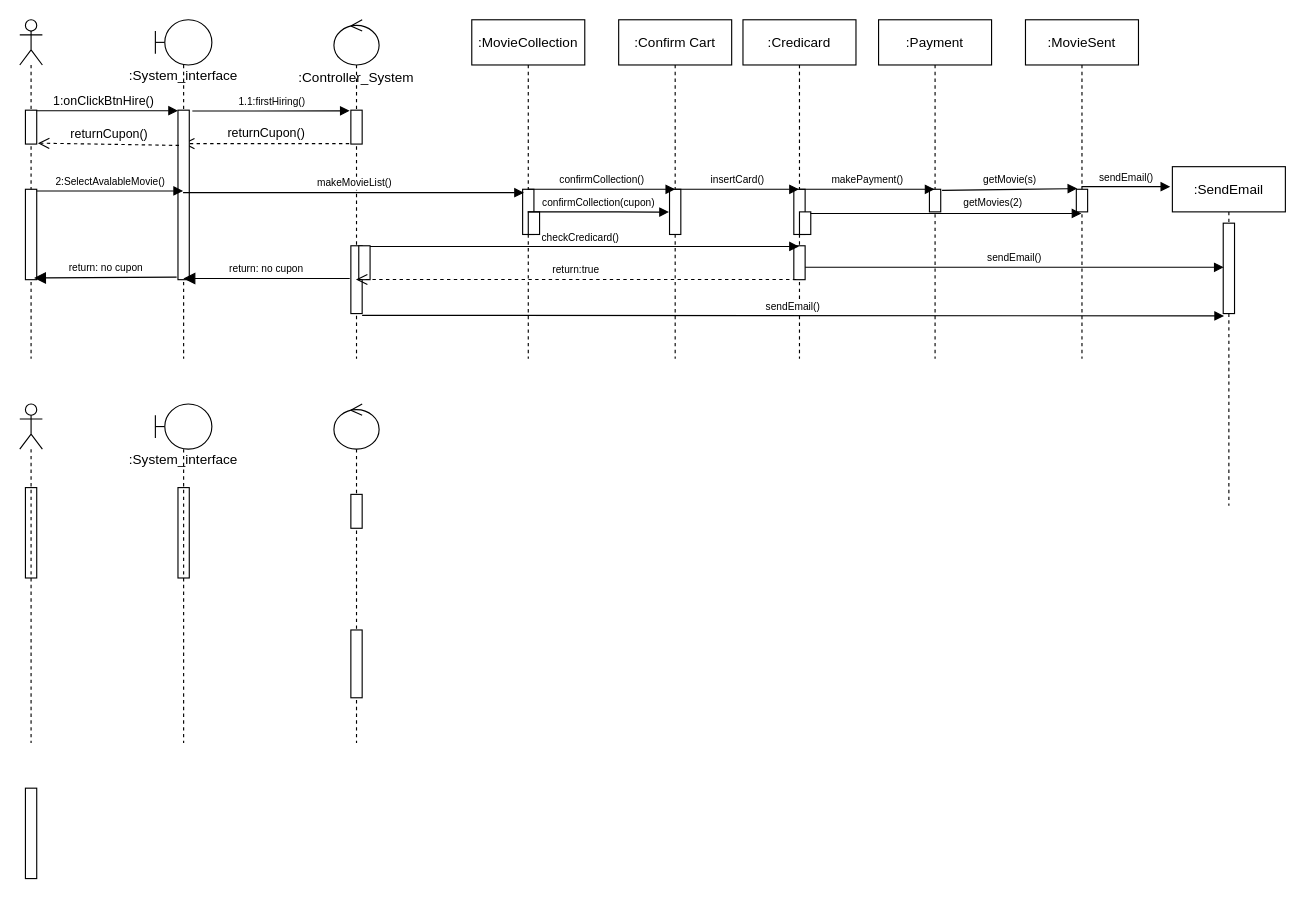
Before: page "Page-1" (1 of 2) of Sequence Diagram XVision.drawio in marioBdev/CCT_HireMovie, a draw.io diagram. Source tidied: cells renumbered, new cells numbered last; positions are measured from the earlier drawing's top-left corner, leaving out a move shared by most shapes. Both pictures are drawn from the tidied source at 113%, with x=0, y=0 at pixel (19, 19).
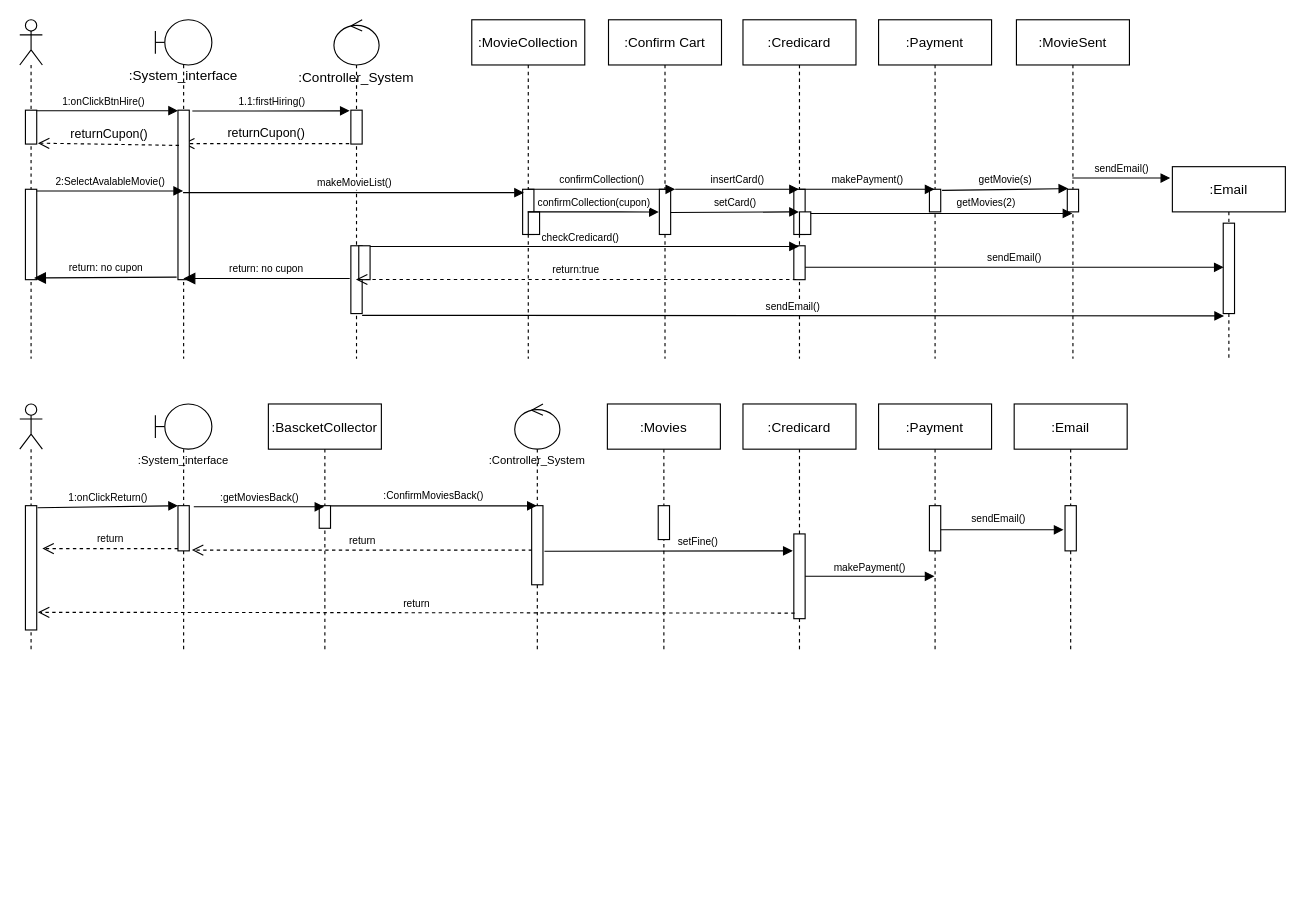
After the change.

Unchanged cells that the change refers to:
```xml
<mxCell id="4" style="shape=umlLifeline;participant=umlActor;perimeter=lifelinePerimeter;whiteSpace=wrap;html=1;verticalAlign=top;spacingTop=36;outlineConnect=0;" parent="1" vertex="1">
  <mxGeometry width="20" height="300" as="geometry" />
</mxCell>
<mxCell id="11" style="points=[];perimeter=orthogonalPerimeter;rounded=0;shadow=0;strokeWidth=1;" parent="10" vertex="1">
  <mxGeometry x="45" y="150" width="10" height="40" as="geometry" />
</mxCell>
```

What changed in the source:
```diff
@@
-    <mxCell id="3" value="1:onClickBtnHire()" style="verticalAlign=bottom;endArrow=block;entryX=0;entryY=0.011;shadow=0;strokeWidth=1;entryDx=0;entryDy=0;entryPerimeter=0;" parent="1" edge="1" source="4">
+    <mxCell id="3" value="1:onClickBtnHire()" style="verticalAlign=bottom;endArrow=block;entryX=0;entryY=0.011;shadow=0;strokeWidth=1;entryDx=0;entryDy=0;entryPerimeter=0;fontSize=9;" parent="1" edge="1" source="4">
       <mxGeometry relative="1" as="geometry">
         <mxPoint x="140" y="80.5" as="targetPoint" />
       </mxGeometry>
     </mxCell>
@@
-    <mxCell id="6" style="html=1;points=[];perimeter=orthogonalPerimeter;fontSize=9;" parent="4" vertex="1">
-      <mxGeometry x="5" y="414" width="10" height="80" as="geometry" />
-    </mxCell>
@@
     <mxCell id="10" value=":Confirm Cart" style="shape=umlLifeline;perimeter=lifelinePerimeter;rounded=0;shadow=0;strokeWidth=1;" parent="1" vertex="1">
-      <mxGeometry x="530" width="100" height="300" as="geometry" />
+      <mxGeometry x="521" width="100" height="300" as="geometry" />
     </mxCell>
@@
-    <mxCell id="19" style="html=1;perimeter=orthogonalPerimeter;fontSize=9;" parent="1" vertex="1">
-      <mxGeometry x="140" y="414" width="10" height="80" as="geometry" />
-    </mxCell>
@@
     <mxCell id="28" value=":MovieSent" style="shape=umlLifeline;perimeter=lifelinePerimeter;rounded=0;shadow=0;strokeWidth=1;" parent="1" vertex="1">
-      <mxGeometry x="890" width="100" height="300" as="geometry" />
+      <mxGeometry x="882" width="100" height="300" as="geometry" />
     </mxCell>
@@
-    <mxCell id="30" value=":SendEmail" style="shape=umlLifeline;perimeter=lifelinePerimeter;rounded=0;shadow=0;strokeWidth=1;" parent="1" vertex="1">
-      <mxGeometry x="1020" y="130" width="100" height="300" as="geometry" />
+    <mxCell id="30" value=":Email" style="shape=umlLifeline;perimeter=lifelinePerimeter;rounded=0;shadow=0;strokeWidth=1;" parent="1" vertex="1">
+      <mxGeometry x="1020" y="130" width="100" height="170" as="geometry" />
     </mxCell>
@@
     <mxCell id="45" style="shape=umlLifeline;participant=umlActor;perimeter=lifelinePerimeter;whiteSpace=wrap;html=1;verticalAlign=top;spacingTop=36;" parent="1" vertex="1">
-      <mxGeometry y="340" width="20" height="300" as="geometry" />
+      <mxGeometry y="340" width="20" height="220" as="geometry" />
     </mxCell>
-    <mxCell id="46" style="html=1;perimeter=orthogonalPerimeter;fontSize=9;" parent="45" vertex="1">
-      <mxGeometry x="5" y="340" width="10" height="80" as="geometry" />
-    </mxCell>
-    <mxCell id="47" value=":System_interface" style="shape=umlLifeline;participant=umlBoundary;perimeter=lifelinePerimeter;whiteSpace=wrap;html=1;verticalAlign=top;spacingTop=36;" parent="1" vertex="1">
-      <mxGeometry x="120" y="340" width="50" height="300" as="geometry" />
+    <mxCell id="47" value="&lt;font style=&quot;font-size: 10px&quot;&gt;:System_interface&lt;/font&gt;" style="shape=umlLifeline;participant=umlBoundary;perimeter=lifelinePerimeter;whiteSpace=wrap;html=1;verticalAlign=top;spacingTop=36;" parent="1" vertex="1">
+      <mxGeometry x="120" y="340" width="50" height="220" as="geometry" />
     </mxCell>
-    <mxCell id="48" style="shape=umlLifeline;participant=umlControl;perimeter=lifelinePerimeter;whiteSpace=wrap;html=1;verticalAlign=top;spacingTop=36;" parent="1" vertex="1">
-      <mxGeometry x="278" y="340" width="40" height="300" as="geometry" />
-    </mxCell>
-    <mxCell id="49" style="html=1;perimeter=orthogonalPerimeter;" parent="48" vertex="1">
-      <mxGeometry x="15" y="80" width="10" height="30" as="geometry" />
-    </mxCell>
-    <mxCell id="50" style="perimeter=orthogonalPerimeter;rounded=0;shadow=0;strokeWidth=1;" parent="48" vertex="1">
-      <mxGeometry x="15" y="200" width="10" height="60" as="geometry" />
-    </mxCell>
+    <mxCell id="55" style="html=1;points=[];perimeter=orthogonalPerimeter;fontSize=9;" parent="47" vertex="1">
+      <mxGeometry x="20" y="90" width="10" height="40" as="geometry" />
+    </mxCell>
@@
+    <mxCell id="56" value="setCard()" style="html=1;verticalAlign=bottom;endArrow=block;fontSize=9;exitX=1;exitY=0.515;exitDx=0;exitDy=0;exitPerimeter=0;" parent="1" edge="1" source="11">
+      <mxGeometry relative="1" as="geometry">
+        <mxPoint x="689.5" y="170" as="targetPoint" />
+      </mxGeometry>
+    </mxCell>
+    <mxCell id="57" value="1:onClickReturn()" style="html=1;verticalAlign=bottom;endArrow=block;entryX=0;entryY=0;fontSize=9;exitX=1.072;exitY=0.017;exitDx=0;exitDy=0;exitPerimeter=0;" parent="1" edge="1" source="6" target="55">
+      <mxGeometry relative="1" as="geometry" />
+    </mxCell>
+    <mxCell id="6" style="html=1;points=[];perimeter=orthogonalPerimeter;fontSize=9;" parent="1" vertex="1">
+      <mxGeometry x="5" y="430" width="10" height="110" as="geometry" />
+    </mxCell>
+    <mxCell id="58" value="return" style="html=1;verticalAlign=bottom;endArrow=open;dashed=1;endSize=8;exitX=0;exitY=0.95;fontSize=9;" parent="1" edge="1" source="55">
+      <mxGeometry relative="1" as="geometry">
+        <mxPoint x="20" y="468" as="targetPoint" />
+      </mxGeometry>
+    </mxCell>
+    <mxCell id="59" style="shape=umlLifeline;participant=umlControl;perimeter=lifelinePerimeter;whiteSpace=wrap;html=1;verticalAlign=top;spacingTop=36;outlineConnect=0;" parent="1" vertex="1">
+      <mxGeometry x="438" y="340" width="40" height="220" as="geometry" />
+    </mxCell>
+    <mxCell id="60" style="html=1;points=[];perimeter=orthogonalPerimeter;" parent="59" vertex="1">
+      <mxGeometry x="15" y="90" width="10" height="70" as="geometry" />
+    </mxCell>
+    <mxCell id="61" value="&lt;font style=&quot;font-size: 10px&quot;&gt;:Controller_System&lt;/font&gt;" style="text;html=1;strokeColor=none;fillColor=none;align=center;verticalAlign=middle;whiteSpace=wrap;rounded=0;" parent="1" vertex="1">
+      <mxGeometry x="410" y="380" width="96" height="20" as="geometry" />
+    </mxCell>
+    <mxCell id="62" value=":Payment" style="shape=umlLifeline;perimeter=lifelinePerimeter;rounded=0;shadow=0;strokeWidth=1;" parent="1" vertex="1">
+      <mxGeometry x="760" y="340" width="100" height="220" as="geometry" />
+    </mxCell>
+    <mxCell id="63" style="points=[];perimeter=orthogonalPerimeter;rounded=0;shadow=0;strokeWidth=1;" parent="62" vertex="1">
+      <mxGeometry x="45" y="90" width="10" height="40" as="geometry" />
+    </mxCell>
+    <mxCell id="64" value=":BascketCollector" style="shape=umlLifeline;perimeter=lifelinePerimeter;rounded=0;shadow=0;strokeWidth=1;" parent="1" vertex="1">
+      <mxGeometry x="220" y="340" width="100" height="220" as="geometry" />
+    </mxCell>
+    <mxCell id="65" style="points=[];perimeter=orthogonalPerimeter;rounded=0;shadow=0;strokeWidth=1;" parent="64" vertex="1">
+      <mxGeometry x="45" y="90" width="10" height="20" as="geometry" />
+    </mxCell>
+    <mxCell id="66" value=":getMoviesBack()" style="html=1;verticalAlign=bottom;endArrow=block;fontSize=9;exitX=1.4;exitY=0.024;exitDx=0;exitDy=0;exitPerimeter=0;" parent="1" edge="1" source="55">
+      <mxGeometry relative="1" as="geometry">
+        <mxPoint x="269.5" y="431" as="targetPoint" />
+      </mxGeometry>
+    </mxCell>
+    <mxCell id="67" value=":ConfirmMoviesBack()" style="html=1;verticalAlign=bottom;endArrow=block;fontSize=9;exitX=1.038;exitY=0.006;exitDx=0;exitDy=0;exitPerimeter=0;" parent="1" edge="1" source="65" target="59">
+      <mxGeometry relative="1" as="geometry" />
+    </mxCell>
+    <mxCell id="68" value="return" style="html=1;verticalAlign=bottom;endArrow=open;dashed=1;endSize=8;exitX=0.031;exitY=0.562;fontSize=9;exitDx=0;exitDy=0;exitPerimeter=0;entryX=1.233;entryY=0.983;entryDx=0;entryDy=0;entryPerimeter=0;" parent="1" edge="1" source="60" target="55">
+      <mxGeometry relative="1" as="geometry" />
+    </mxCell>
+    <mxCell id="69" value=":Credicard" style="shape=umlLifeline;perimeter=lifelinePerimeter;rounded=0;shadow=0;strokeWidth=1;" parent="1" vertex="1">
+      <mxGeometry x="640" y="340" width="100" height="220" as="geometry" />
+    </mxCell>
+    <mxCell id="70" style="html=1;points=[];perimeter=orthogonalPerimeter;" parent="69" vertex="1">
+      <mxGeometry x="45" y="115" width="10" height="75" as="geometry" />
+    </mxCell>
+    <mxCell id="71" value="setFine()" style="html=1;verticalAlign=bottom;endArrow=block;fontSize=9;exitX=1.133;exitY=0.576;exitDx=0;exitDy=0;exitPerimeter=0;" parent="1" edge="1" source="60">
+      <mxGeometry x="0.24" relative="1" as="geometry">
+        <mxPoint x="684" y="470" as="targetPoint" />
+      </mxGeometry>
+    </mxCell>
+    <mxCell id="72" value="makePayment()" style="html=1;verticalAlign=bottom;endArrow=block;fontSize=9;" parent="1" edge="1" source="70" target="62">
+      <mxGeometry relative="1" as="geometry" />
+    </mxCell>
+    <mxCell id="73" value=":Email" style="shape=umlLifeline;perimeter=lifelinePerimeter;rounded=0;shadow=0;strokeWidth=1;" parent="1" vertex="1">
+      <mxGeometry x="880" y="340" width="100" height="220" as="geometry" />
+    </mxCell>
+    <mxCell id="74" style="points=[];perimeter=orthogonalPerimeter;rounded=0;shadow=0;strokeWidth=1;" parent="73" vertex="1">
+      <mxGeometry x="45" y="90" width="10" height="40" as="geometry" />
+    </mxCell>
+    <mxCell id="75" style="edgeStyle=orthogonalEdgeStyle;rounded=0;jettySize=auto;html=1;startArrow=none;startFill=0;endArrow=block;endFill=1;fontSize=9;entryX=-0.133;entryY=0.533;entryDx=0;entryDy=0;entryPerimeter=0;" parent="1" edge="1" source="63" target="74">
+      <mxGeometry relative="1" as="geometry">
+        <Array as="points">
+          <mxPoint x="924" y="451" />
+        </Array>
+      </mxGeometry>
+    </mxCell>
+    <mxCell id="76" value="sendEmail()" style="edgeLabel;html=1;align=center;verticalAlign=middle;fontSize=9;" parent="75" vertex="1">
+      <mxGeometry x="-0.08" y="1" relative="1" as="geometry">
+        <mxPoint y="-9" as="offset" />
+      </mxGeometry>
+    </mxCell>
+    <mxCell id="77" value=":Movies" style="shape=umlLifeline;perimeter=lifelinePerimeter;rounded=0;shadow=0;strokeWidth=1;" parent="1" vertex="1">
+      <mxGeometry x="520" y="340" width="100" height="220" as="geometry" />
+    </mxCell>
+    <mxCell id="78" style="html=1;perimeter=orthogonalPerimeter;" parent="77" vertex="1">
+      <mxGeometry x="45" y="90" width="10" height="30" as="geometry" />
+    </mxCell>
+    <mxCell id="79" value="return" style="html=1;verticalAlign=bottom;endArrow=open;dashed=1;endSize=8;fontSize=9;exitX=0.072;exitY=0.934;exitDx=0;exitDy=0;exitPerimeter=0;entryX=1.107;entryY=0.858;entryDx=0;entryDy=0;entryPerimeter=0;" parent="1" edge="1" source="70" target="6">
+      <mxGeometry relative="1" as="geometry" />
+    </mxCell>
```
